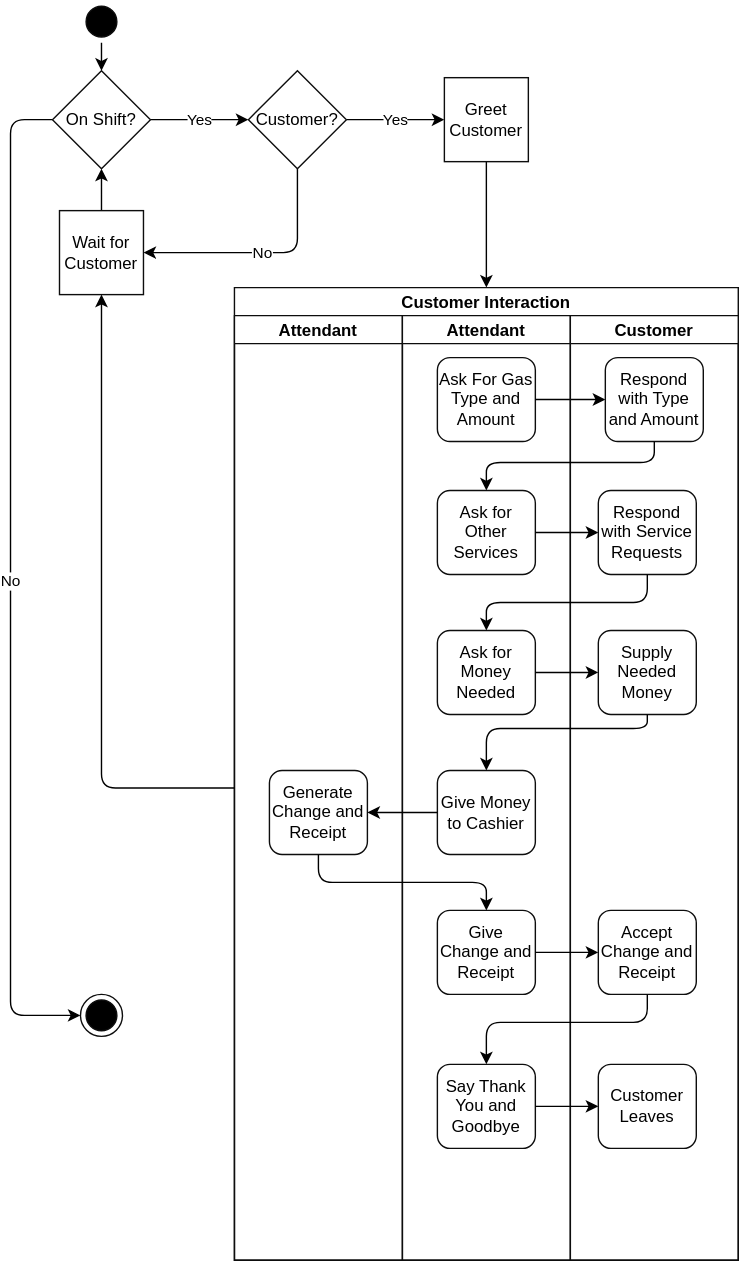
This is gas-station.drawio.svg from yewscion/yewscion, a draw.io export, as it was before one commit. Source tidied: cells renumbered, new cells last; positions are measured from the earlier drawing's top-left corner, leaving out a move shared by most shapes. The source it was exported from:
```xml
<mxGraphModel>
  <root>
    <mxCell id="0" />
    <mxCell id="1" parent="0" />
    <mxCell id="2" style="edgeStyle=orthogonalEdgeStyle;sketch=0;jettySize=auto;html=1;" parent="1" edge="1" source="3" target="7">
      <mxGeometry relative="1" as="geometry" />
    </mxCell>
    <mxCell id="3" style="ellipse;html=1;shape=startState;fillColor=#000000;strokeColor=#0D0D0D;sketch=0;" parent="1" vertex="1">
      <mxGeometry x="50" width="30" height="30" as="geometry" />
    </mxCell>
    <mxCell id="4" style="ellipse;html=1;shape=endState;fillColor=#000000;strokeColor=#0D0D0D;sketch=0;" parent="1" vertex="1">
      <mxGeometry x="50" y="710" width="30" height="30" as="geometry" />
    </mxCell>
    <mxCell id="5" value="No" style="edgeStyle=orthogonalEdgeStyle;sketch=0;jettySize=auto;html=1;entryX=0;entryY=0.5;entryDx=0;entryDy=0;" parent="1" edge="1" source="7" target="4">
      <mxGeometry relative="1" as="geometry">
        <Array as="points">
          <mxPoint y="85" />
          <mxPoint y="725" />
        </Array>
      </mxGeometry>
    </mxCell>
    <mxCell id="6" value="Yes" style="edgeStyle=orthogonalEdgeStyle;sketch=0;jettySize=auto;html=1;" parent="1" edge="1" source="7" target="10">
      <mxGeometry relative="1" as="geometry" />
    </mxCell>
    <mxCell id="7" value="On Shift?" style="rhombus;whiteSpace=wrap;html=1;sketch=0;strokeColor=#0D0D0D;fillColor=#FFFFFF;" parent="1" vertex="1">
      <mxGeometry x="30" y="50" width="70" height="70" as="geometry" />
    </mxCell>
    <mxCell id="8" value="Yes" style="edgeStyle=orthogonalEdgeStyle;sketch=0;jettySize=auto;html=1;" parent="1" edge="1" source="10" target="12">
      <mxGeometry relative="1" as="geometry" />
    </mxCell>
    <mxCell id="9" value="No" style="edgeStyle=orthogonalEdgeStyle;sketch=0;jettySize=auto;html=1;exitX=0.5;exitY=1;exitDx=0;exitDy=0;entryX=1;entryY=0.5;entryDx=0;entryDy=0;" parent="1" edge="1" source="10" target="14">
      <mxGeometry relative="1" as="geometry" />
    </mxCell>
    <mxCell id="10" value="&lt;div&gt;Customer?&lt;/div&gt;" style="rhombus;whiteSpace=wrap;html=1;sketch=0;strokeColor=#0D0D0D;fillColor=#FFFFFF;" parent="1" vertex="1">
      <mxGeometry x="170" y="50" width="70" height="70" as="geometry" />
    </mxCell>
    <mxCell id="11" style="edgeStyle=orthogonalEdgeStyle;sketch=0;jettySize=auto;html=1;" parent="1" edge="1" source="12" target="15">
      <mxGeometry relative="1" as="geometry" />
    </mxCell>
    <mxCell id="12" value="&lt;div&gt;Greet Customer&lt;/div&gt;" style="rounded=0;whiteSpace=wrap;html=1;sketch=0;strokeColor=#0D0D0D;fillColor=#FFFFFF;" parent="1" vertex="1">
      <mxGeometry x="310" y="55" width="60" height="60" as="geometry" />
    </mxCell>
    <mxCell id="13" style="edgeStyle=orthogonalEdgeStyle;sketch=0;jettySize=auto;html=1;" parent="1" edge="1" source="14" target="7">
      <mxGeometry relative="1" as="geometry" />
    </mxCell>
    <mxCell id="14" value="Wait for Customer" style="rounded=0;whiteSpace=wrap;html=1;sketch=0;strokeColor=#0D0D0D;fillColor=#FFFFFF;" parent="1" vertex="1">
      <mxGeometry x="35" y="150" width="60" height="60" as="geometry" />
    </mxCell>
    <mxCell id="15" value="Customer Interaction" style="swimlane;startSize=20;sketch=0;strokeColor=#0D0D0D;fillColor=#FFFFFF;" parent="1" vertex="1">
      <mxGeometry x="160" y="205" width="360" height="695" as="geometry" />
    </mxCell>
    <mxCell id="16" value="Attendant" style="swimlane;startSize=20;sketch=0;strokeColor=#0D0D0D;fillColor=#FFFFFF;" parent="15" vertex="1">
      <mxGeometry y="20" width="120" height="675" as="geometry" />
    </mxCell>
    <mxCell id="17" value="Generate Change and Receipt" style="rounded=1;whiteSpace=wrap;html=1;sketch=0;strokeColor=#0D0D0D;fillColor=#FFFFFF;" parent="16" vertex="1">
      <mxGeometry x="25" y="325" width="70" height="60" as="geometry" />
    </mxCell>
    <mxCell id="18" value="Attendant" style="swimlane;startSize=20;sketch=0;strokeColor=#0D0D0D;fillColor=#FFFFFF;" parent="15" vertex="1">
      <mxGeometry x="120" y="20" width="120" height="675" as="geometry" />
    </mxCell>
    <mxCell id="19" value="Ask For Gas Type and Amount" style="rounded=1;whiteSpace=wrap;html=1;sketch=0;strokeColor=#0D0D0D;fillColor=#FFFFFF;" parent="18" vertex="1">
      <mxGeometry x="25" y="30" width="70" height="60" as="geometry" />
    </mxCell>
    <mxCell id="20" value="Ask for Other Services" style="rounded=1;whiteSpace=wrap;html=1;sketch=0;strokeColor=#0D0D0D;fillColor=#FFFFFF;" parent="18" vertex="1">
      <mxGeometry x="25" y="125" width="70" height="60" as="geometry" />
    </mxCell>
    <mxCell id="21" value="Ask for Money Needed" style="rounded=1;whiteSpace=wrap;html=1;sketch=0;strokeColor=#0D0D0D;fillColor=#FFFFFF;" parent="18" vertex="1">
      <mxGeometry x="25" y="225" width="70" height="60" as="geometry" />
    </mxCell>
    <mxCell id="22" value="Give Money to Cashier" style="rounded=1;whiteSpace=wrap;html=1;sketch=0;strokeColor=#0D0D0D;fillColor=#FFFFFF;" parent="18" vertex="1">
      <mxGeometry x="25" y="325" width="70" height="60" as="geometry" />
    </mxCell>
    <mxCell id="23" value="Give Change and Receipt" style="rounded=1;whiteSpace=wrap;html=1;sketch=0;strokeColor=#0D0D0D;fillColor=#FFFFFF;" parent="18" vertex="1">
      <mxGeometry x="25" y="425" width="70" height="60" as="geometry" />
    </mxCell>
    <mxCell id="24" value="Say Thank You and Goodbye" style="rounded=1;whiteSpace=wrap;html=1;sketch=0;strokeColor=#0D0D0D;fillColor=#FFFFFF;" parent="18" vertex="1">
      <mxGeometry x="25" y="535" width="70" height="60" as="geometry" />
    </mxCell>
    <mxCell id="25" style="edgeStyle=orthogonalEdgeStyle;sketch=0;jettySize=auto;html=1;" parent="15" edge="1" source="19" target="27">
      <mxGeometry relative="1" as="geometry" />
    </mxCell>
    <mxCell id="26" value="Customer" style="swimlane;startSize=20;sketch=0;strokeColor=#0D0D0D;fillColor=#FFFFFF;" parent="15" vertex="1">
      <mxGeometry x="240" y="20" width="120" height="675" as="geometry" />
    </mxCell>
    <mxCell id="27" value="Respond with Type and Amount" style="rounded=1;whiteSpace=wrap;html=1;sketch=0;strokeColor=#0D0D0D;fillColor=#FFFFFF;" parent="26" vertex="1">
      <mxGeometry x="25" y="30" width="70" height="60" as="geometry" />
    </mxCell>
    <mxCell id="28" value="Supply Needed Money" style="rounded=1;whiteSpace=wrap;html=1;sketch=0;strokeColor=#0D0D0D;fillColor=#FFFFFF;" parent="26" vertex="1">
      <mxGeometry x="20" y="225" width="70" height="60" as="geometry" />
    </mxCell>
    <mxCell id="29" value="Respond with Service Requests" style="rounded=1;whiteSpace=wrap;html=1;sketch=0;strokeColor=#0D0D0D;fillColor=#FFFFFF;" parent="26" vertex="1">
      <mxGeometry x="20" y="125" width="70" height="60" as="geometry" />
    </mxCell>
    <mxCell id="30" value="Accept Change and Receipt" style="rounded=1;whiteSpace=wrap;html=1;sketch=0;strokeColor=#0D0D0D;fillColor=#FFFFFF;" parent="26" vertex="1">
      <mxGeometry x="20" y="425" width="70" height="60" as="geometry" />
    </mxCell>
    <mxCell id="31" value="Customer Leaves" style="rounded=1;whiteSpace=wrap;html=1;sketch=0;strokeColor=#0D0D0D;fillColor=#FFFFFF;" parent="26" vertex="1">
      <mxGeometry x="20" y="535" width="70" height="60" as="geometry" />
    </mxCell>
    <mxCell id="32" style="edgeStyle=orthogonalEdgeStyle;sketch=0;jettySize=auto;html=1;entryX=0.5;entryY=0;entryDx=0;entryDy=0;" parent="15" edge="1" source="27" target="20">
      <mxGeometry relative="1" as="geometry">
        <Array as="points">
          <mxPoint x="300" y="125" />
          <mxPoint x="180" y="125" />
        </Array>
      </mxGeometry>
    </mxCell>
    <mxCell id="33" style="edgeStyle=orthogonalEdgeStyle;sketch=0;jettySize=auto;html=1;" parent="15" edge="1" source="20" target="29">
      <mxGeometry relative="1" as="geometry" />
    </mxCell>
    <mxCell id="34" style="edgeStyle=orthogonalEdgeStyle;sketch=0;jettySize=auto;html=1;entryX=0.5;entryY=0;entryDx=0;entryDy=0;" parent="15" edge="1" source="29" target="21">
      <mxGeometry relative="1" as="geometry">
        <Array as="points">
          <mxPoint x="295" y="225" />
          <mxPoint x="180" y="225" />
        </Array>
      </mxGeometry>
    </mxCell>
    <mxCell id="35" style="edgeStyle=orthogonalEdgeStyle;sketch=0;jettySize=auto;html=1;" parent="15" edge="1" source="21" target="28">
      <mxGeometry relative="1" as="geometry" />
    </mxCell>
    <mxCell id="36" style="edgeStyle=orthogonalEdgeStyle;sketch=0;jettySize=auto;html=1;" parent="15" edge="1" source="28" target="22">
      <mxGeometry relative="1" as="geometry">
        <Array as="points">
          <mxPoint x="295" y="315" />
          <mxPoint x="180" y="315" />
        </Array>
      </mxGeometry>
    </mxCell>
    <mxCell id="37" style="edgeStyle=orthogonalEdgeStyle;sketch=0;jettySize=auto;html=1;" parent="15" edge="1" source="22" target="17">
      <mxGeometry relative="1" as="geometry" />
    </mxCell>
    <mxCell id="38" style="edgeStyle=orthogonalEdgeStyle;sketch=0;jettySize=auto;html=1;entryX=0.5;entryY=0;entryDx=0;entryDy=0;" parent="15" edge="1" source="17" target="23">
      <mxGeometry relative="1" as="geometry">
        <Array as="points">
          <mxPoint x="60" y="425" />
          <mxPoint x="180" y="425" />
        </Array>
      </mxGeometry>
    </mxCell>
    <mxCell id="39" style="edgeStyle=orthogonalEdgeStyle;sketch=0;jettySize=auto;html=1;" parent="15" edge="1" source="23" target="30">
      <mxGeometry relative="1" as="geometry" />
    </mxCell>
    <mxCell id="40" style="edgeStyle=orthogonalEdgeStyle;sketch=0;jettySize=auto;html=1;entryX=0.5;entryY=0;entryDx=0;entryDy=0;" parent="15" edge="1" source="30" target="24">
      <mxGeometry relative="1" as="geometry">
        <Array as="points">
          <mxPoint x="295" y="525" />
          <mxPoint x="180" y="525" />
        </Array>
      </mxGeometry>
    </mxCell>
    <mxCell id="41" style="edgeStyle=orthogonalEdgeStyle;sketch=0;jettySize=auto;html=1;" parent="15" edge="1" source="24" target="31">
      <mxGeometry relative="1" as="geometry" />
    </mxCell>
    <mxCell id="42" style="edgeStyle=orthogonalEdgeStyle;sketch=0;jettySize=auto;html=1;entryX=0.5;entryY=1;entryDx=0;entryDy=0;" parent="1" edge="1" source="16" target="14">
      <mxGeometry relative="1" as="geometry" />
    </mxCell>
  </root>
</mxGraphModel>
```
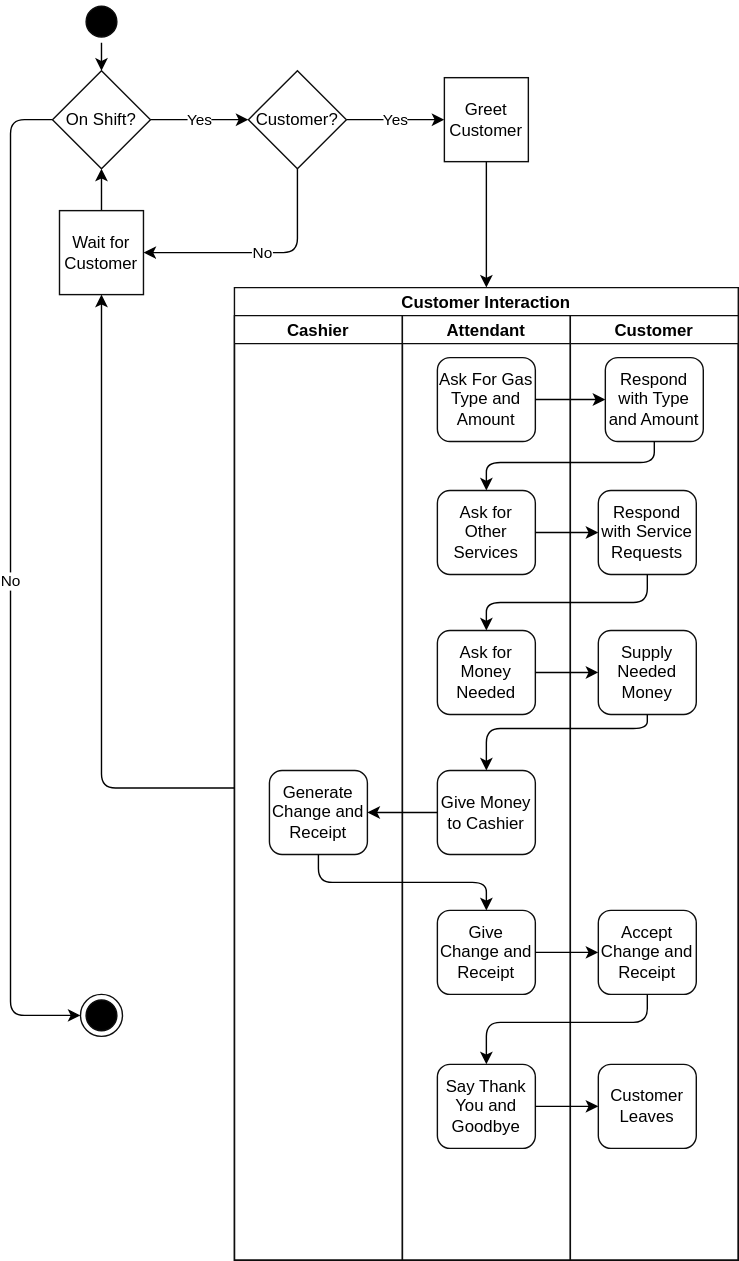
After the commit.

Change to the diagram source:
```diff
@@ -49,7 +49,7 @@
     <mxCell id="15" value="Customer Interaction" style="swimlane;startSize=20;sketch=0;strokeColor=#0D0D0D;fillColor=#FFFFFF;" parent="1" vertex="1">
       <mxGeometry x="160" y="205" width="360" height="695" as="geometry" />
     </mxCell>
-    <mxCell id="16" value="Attendant" style="swimlane;startSize=20;sketch=0;strokeColor=#0D0D0D;fillColor=#FFFFFF;" parent="15" vertex="1">
+    <mxCell id="16" value="Cashier" style="swimlane;startSize=20;sketch=0;strokeColor=#0D0D0D;fillColor=#FFFFFF;" parent="15" vertex="1">
       <mxGeometry y="20" width="120" height="675" as="geometry" />
     </mxCell>
     <mxCell id="17" value="Generate Change and Receipt" style="rounded=1;whiteSpace=wrap;html=1;sketch=0;strokeColor=#0D0D0D;fillColor=#FFFFFF;" parent="16" vertex="1">
```
